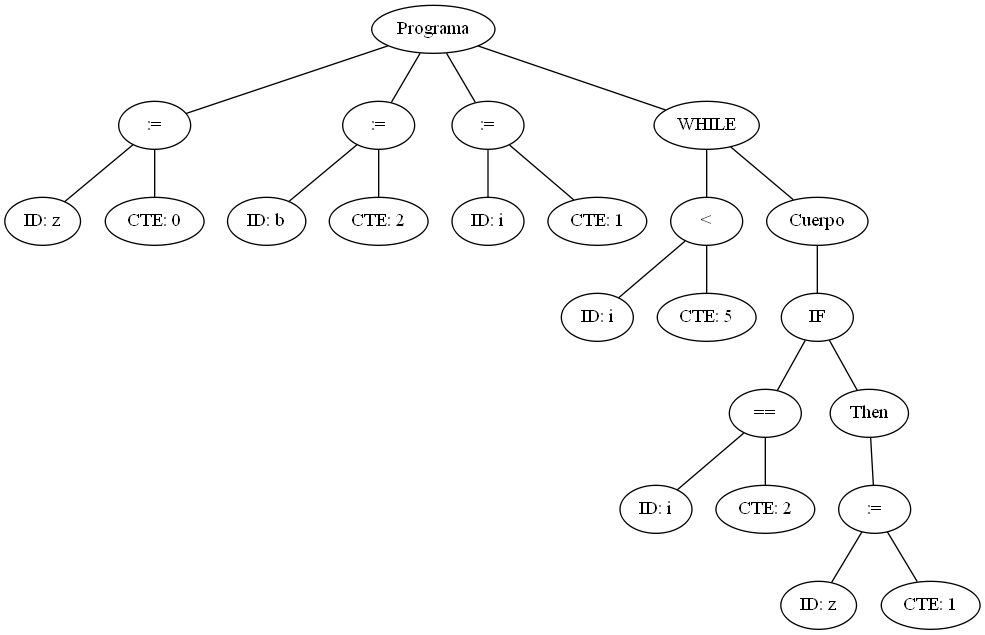
This is AnalizadorLexico/arbolito.png from JosueGaticaOdato/Integrador-TEOI, a Graphviz export, as it was before one commit. Its source is kept beside it as AnalizadorLexico/arbolito.dot.
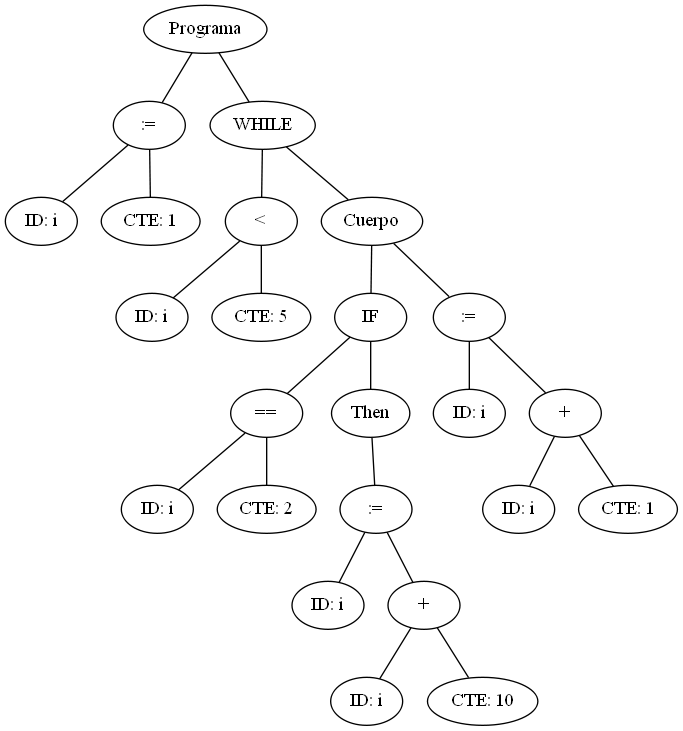
The same diagram one commit later.

The edit, as a diff of the source:
```diff
@@ -1,46 +1,48 @@
 graph G {nodo_programa [label="Programa"]
-nodo_1828972342 [label=":="]
-nodo_programa -- nodo_1828972342
-nodo_883049899 [label="ID: z"]
-nodo_1828972342 -- nodo_883049899
-nodo_2093176254 [label="CTE: 0"]
-nodo_1828972342 -- nodo_2093176254
-nodo_1323165413 [label=":="]
-nodo_programa -- nodo_1323165413
-nodo_1880587981 [label="ID: b"]
-nodo_1323165413 -- nodo_1880587981
-nodo_511754216 [label="CTE: 2"]
-nodo_1323165413 -- nodo_511754216
-nodo_1721931908 [label=":="]
-nodo_programa -- nodo_1721931908
+nodo_931919113 [label=":="]
+nodo_programa -- nodo_931919113
+nodo_1854731462 [label="ID: i"]
+nodo_931919113 -- nodo_1854731462
+nodo_317574433 [label="CTE: 1"]
+nodo_931919113 -- nodo_317574433
+nodo_511754216 [label="WHILE"]
+nodo_programa -- nodo_511754216
+nodo_1721931908 [label="<"]
+nodo_511754216 -- nodo_1721931908
 nodo_1198108795 [label="ID: i"]
 nodo_1721931908 -- nodo_1198108795
-nodo_214126413 [label="CTE: 1"]
+nodo_214126413 [label="CTE: 5"]
 nodo_1721931908 -- nodo_214126413
-nodo_396873410 [label="WHILE"]
-nodo_programa -- nodo_396873410
-nodo_1706234378 [label="<"]
+nodo_396873410 [label="Cuerpo"]
+nodo_511754216 -- nodo_396873410
+nodo_1706234378 [label="IF"]
 nodo_396873410 -- nodo_1706234378
-nodo_1867750575 [label="ID: i"]
+nodo_1867750575 [label="=="]
 nodo_1706234378 -- nodo_1867750575
-nodo_2046562095 [label="CTE: 5"]
-nodo_1706234378 -- nodo_2046562095
-nodo_1342443276 [label="Cuerpo"]
-nodo_396873410 -- nodo_1342443276
-nodo_769287236 [label="IF"]
-nodo_1342443276 -- nodo_769287236
-nodo_1587487668 [label="=="]
+nodo_2046562095 [label="ID: i"]
+nodo_1867750575 -- nodo_2046562095
+nodo_1342443276 [label="CTE: 2"]
+nodo_1867750575 -- nodo_1342443276
+nodo_769287236 [label="Then"]
+nodo_1706234378 -- nodo_769287236
+nodo_1587487668 [label=":="]
 nodo_769287236 -- nodo_1587487668
 nodo_1199823423 [label="ID: i"]
 nodo_1587487668 -- nodo_1199823423
-nodo_932172204 [label="CTE: 2"]
+nodo_932172204 [label="+"]
 nodo_1587487668 -- nodo_932172204
-nodo_1225358173 [label="Then"]
-nodo_769287236 -- nodo_1225358173
-nodo_1848402763 [label=":="]
-nodo_1225358173 -- nodo_1848402763
-nodo_933699219 [label="ID: z"]
-nodo_1848402763 -- nodo_933699219
-nodo_2121055098 [label="CTE: 1"]
-nodo_1848402763 -- nodo_2121055098
+nodo_1225358173 [label="ID: i"]
+nodo_932172204 -- nodo_1225358173
+nodo_1848402763 [label="CTE: 10"]
+nodo_932172204 -- nodo_1848402763
+nodo_933699219 [label=":="]
+nodo_396873410 -- nodo_933699219
+nodo_2121055098 [label="ID: i"]
+nodo_933699219 -- nodo_2121055098
+nodo_2084435065 [label="+"]
+nodo_933699219 -- nodo_2084435065
+nodo_1896277646 [label="ID: i"]
+nodo_2084435065 -- nodo_1896277646
+nodo_2128227771 [label="CTE: 1"]
+nodo_2084435065 -- nodo_2128227771
 }
```
